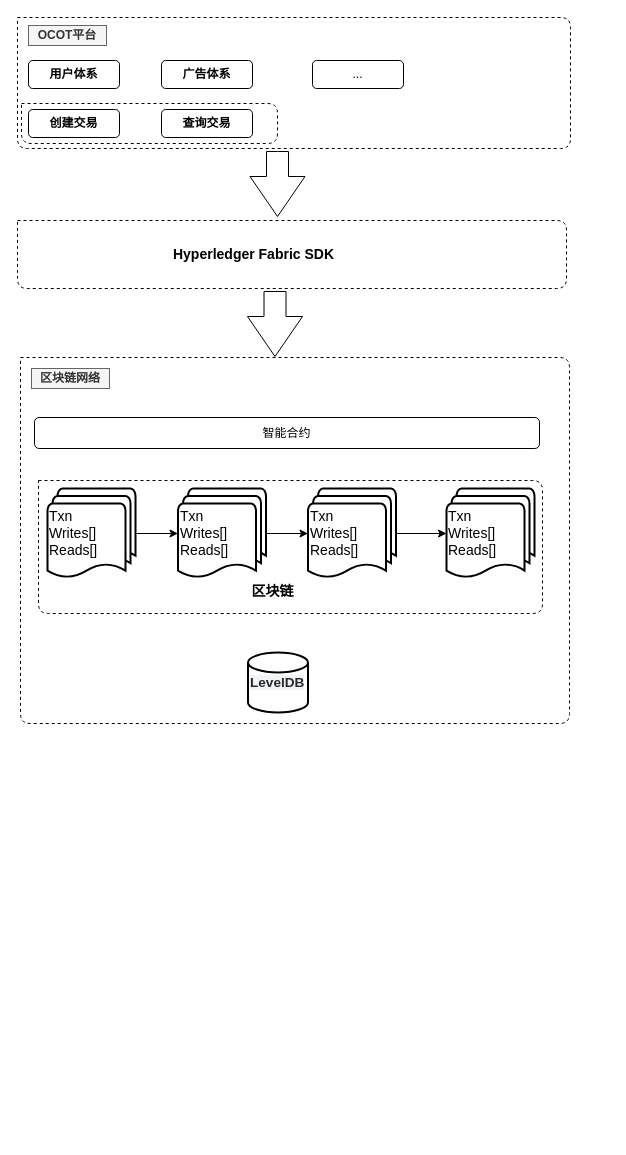
Earlier version of the draw.io diagram hf.drawio (yiuked/diagram). Source tidied: cells renumbered, new cells numbered last; positions are measured from the earlier drawing's top-left corner, leaving out a move shared by most shapes. Both pictures are drawn from the tidied source at 100%, with x=0, y=0 at pixel (17, 17).
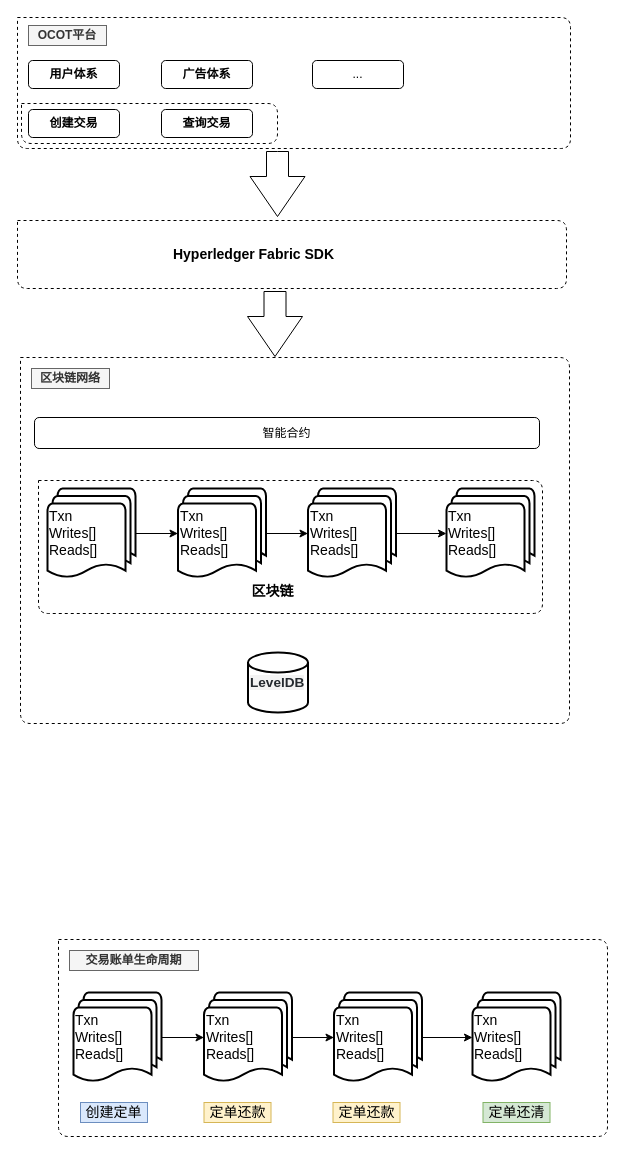
The same diagram, later.

The edit, as a diff of the source:
```diff
@@
+    <mxCell id="32" style="group;" parent="1" vertex="1">
+      <mxGeometry x="41" y="922" width="549" height="197" as="geometry" />
+    </mxCell>
+    <mxCell id="33" style="endArrow=none;dashed=1;html=1;" parent="32" edge="1">
+      <mxGeometry relative="1" as="geometry">
+        <mxPoint as="sourcePoint" />
+        <mxPoint as="targetPoint" />
+        <Array as="points">
+          <mxPoint x="549" />
+          <mxPoint x="549" y="197" />
+          <mxPoint y="197" />
+        </Array>
+      </mxGeometry>
+    </mxCell>
+    <mxCell id="34" value="交易账单生命周期" style="text;html=1;strokeColor=#666666;fillColor=#f5f5f5;align=center;verticalAlign=middle;whiteSpace=wrap;rounded=0;fontStyle=1;fontColor=#333333;" parent="32" vertex="1">
+      <mxGeometry x="11" y="11" width="129" height="20" as="geometry" />
+    </mxCell>
+    <mxCell id="35" value="Txn&lt;br&gt;Writes[]&lt;br&gt;Reads[]" style="strokeWidth=2;html=1;shape=mxgraph.flowchart.multi-document;whiteSpace=wrap;fontSize=14;align=left;" parent="32" vertex="1">
+      <mxGeometry x="15" y="53" width="88" height="90" as="geometry" />
+    </mxCell>
+    <mxCell id="36" value="Txn&lt;br&gt;Writes[]&lt;br&gt;Reads[]" style="strokeWidth=2;html=1;shape=mxgraph.flowchart.multi-document;whiteSpace=wrap;fontSize=14;align=left;" parent="32" vertex="1">
+      <mxGeometry x="145.5" y="53" width="88" height="90" as="geometry" />
+    </mxCell>
+    <mxCell id="37" style="edgeStyle=orthogonalEdgeStyle;rounded=0;jettySize=auto;html=1;exitX=1;exitY=0.5;exitDx=0;exitDy=0;exitPerimeter=0;entryX=0;entryY=0.5;entryDx=0;entryDy=0;entryPerimeter=0;fontSize=14;" parent="32" edge="1" source="35" target="36">
+      <mxGeometry relative="1" as="geometry" />
+    </mxCell>
+    <mxCell id="38" value="Txn&lt;br&gt;Writes[]&lt;br&gt;Reads[]" style="strokeWidth=2;html=1;shape=mxgraph.flowchart.multi-document;whiteSpace=wrap;fontSize=14;align=left;" parent="32" vertex="1">
+      <mxGeometry x="275.5" y="53" width="88" height="90" as="geometry" />
+    </mxCell>
+    <mxCell id="39" style="edgeStyle=orthogonalEdgeStyle;rounded=0;jettySize=auto;html=1;exitX=1;exitY=0.5;exitDx=0;exitDy=0;exitPerimeter=0;fontSize=14;" parent="32" edge="1" source="36" target="38">
+      <mxGeometry relative="1" as="geometry" />
+    </mxCell>
+    <mxCell id="40" value="Txn&lt;br&gt;Writes[]&lt;br&gt;Reads[]" style="strokeWidth=2;html=1;shape=mxgraph.flowchart.multi-document;whiteSpace=wrap;fontSize=14;align=left;" parent="32" vertex="1">
+      <mxGeometry x="414" y="53" width="88" height="90" as="geometry" />
+    </mxCell>
+    <mxCell id="41" style="edgeStyle=orthogonalEdgeStyle;rounded=0;jettySize=auto;html=1;exitX=1;exitY=0.5;exitDx=0;exitDy=0;exitPerimeter=0;entryX=0;entryY=0.5;entryDx=0;entryDy=0;entryPerimeter=0;fontSize=14;" parent="32" edge="1" source="38" target="40">
+      <mxGeometry relative="1" as="geometry" />
+    </mxCell>
+    <mxCell id="42" value="创建定单" style="text;html=1;strokeColor=#6c8ebf;fillColor=#dae8fc;align=center;verticalAlign=middle;whiteSpace=wrap;rounded=0;fontSize=14;" parent="32" vertex="1">
+      <mxGeometry x="22" y="163" width="67" height="20" as="geometry" />
+    </mxCell>
+    <mxCell id="43" value="定单还款" style="text;html=1;strokeColor=#d6b656;fillColor=#fff2cc;align=center;verticalAlign=middle;whiteSpace=wrap;rounded=0;fontSize=14;" parent="32" vertex="1">
+      <mxGeometry x="145.5" y="163" width="67" height="20" as="geometry" />
+    </mxCell>
+    <mxCell id="44" value="定单还款" style="text;html=1;strokeColor=#d6b656;fillColor=#fff2cc;align=center;verticalAlign=middle;whiteSpace=wrap;rounded=0;fontSize=14;" parent="32" vertex="1">
+      <mxGeometry x="274.5" y="163" width="67" height="20" as="geometry" />
+    </mxCell>
+    <mxCell id="45" value="定单还清" style="text;html=1;strokeColor=#82b366;fillColor=#d5e8d4;align=center;verticalAlign=middle;whiteSpace=wrap;rounded=0;fontSize=14;" parent="32" vertex="1">
+      <mxGeometry x="424.5" y="163" width="67" height="20" as="geometry" />
+    </mxCell>
```
